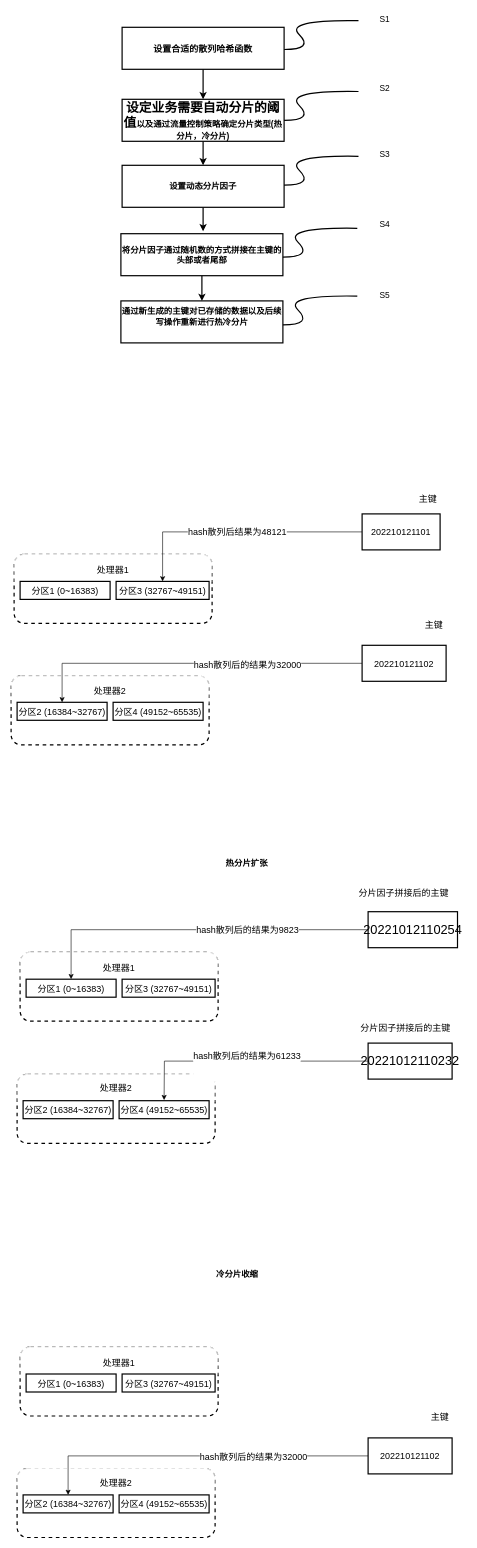
Earlier version of the draw.io diagram 壮丽.drawio (lingpengzhou/diagrams.io). Source tidied: cells renumbered, new cells numbered last; positions are measured from the earlier drawing's top-left corner, leaving out a move shared by most shapes. Both pictures are drawn from the tidied source at 60%, with x=0, y=0 at pixel (11, 10).
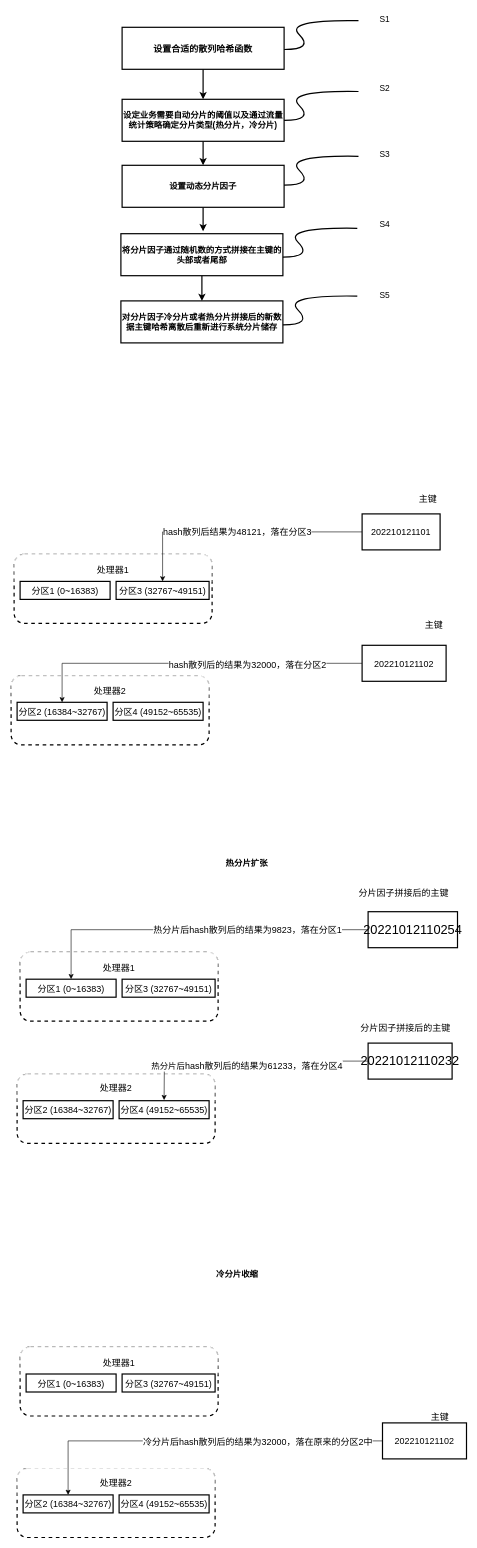
The same page after the edit.

The change refers to these unchanged cells:
```xml
<mxCell id="11" value="分区3 (32767~49151)" style="rounded=0;whiteSpace=wrap;html=1;strokeWidth=2;fontSize=15;" parent="1" vertex="1">
  <mxGeometry x="175" y="951.5" width="155" height="30" as="geometry" />
</mxCell>
<mxCell id="18" value="202210121101" style="rounded=0;whiteSpace=wrap;html=1;strokeWidth=2;fontSize=15;" parent="1" vertex="1">
  <mxGeometry x="585" y="839" width="130" height="60" as="geometry" />
</mxCell>
<mxCell id="20" style="edgeStyle=orthogonalEdgeStyle;rounded=0;jettySize=auto;html=1;fontSize=15;" parent="1" edge="1" source="22" target="13">
  <mxGeometry relative="1" as="geometry" />
</mxCell>
<mxCell id="32" style="edgeStyle=orthogonalEdgeStyle;rounded=0;jettySize=auto;html=1;entryX=0.5;entryY=0;entryDx=0;entryDy=0;fontSize=14;" parent="1" edge="1" source="34" target="24">
  <mxGeometry relative="1" as="geometry" />
</mxCell>
<mxCell id="37" value="&lt;span style=&quot;font-size:16.0pt;font-family:&lt;br/&gt;仿宋_GB2312;mso-hansi-font-family:&amp;quot;Times New Roman&amp;quot;;mso-bidi-font-family:仿宋_GB2312;&lt;br/&gt;mso-ansi-language:EN-US;mso-fareast-language:ZH-CN;mso-bidi-language:AR-SA&quot; lang=&quot;EN-US&quot;&gt;20221012110232&lt;/span&gt;" style="rounded=0;whiteSpace=wrap;html=1;strokeWidth=2;fontSize=15;" parent="1" vertex="1">
  <mxGeometry x="595" y="1721" width="140" height="60" as="geometry" />
</mxCell>
<mxCell id="50" style="edgeStyle=orthogonalEdgeStyle;rounded=0;jettySize=auto;html=1;fontSize=15;" parent="1" edge="1" source="52" target="46">
  <mxGeometry relative="1" as="geometry" />
</mxCell>
```

Diff of the diagram source:
```diff
@@
-    <mxCell id="5" value="&lt;span style=&quot;font-size:16.0pt;font-family:仿宋_GB2312;&lt;br/&gt;mso-hansi-font-family:&amp;quot;Times New Roman&amp;quot;;mso-bidi-font-family:仿宋_GB2312;&lt;br/&gt;mso-ansi-language:EN-US;mso-fareast-language:ZH-CN;mso-bidi-language:AR-SA&quot;&gt;设定业务需要自动分片的阈值&lt;/span&gt;以及通过流量控制策略确定分片类型&lt;span lang=&quot;EN-US&quot;&gt;(&lt;/span&gt;热分片，冷分片&lt;span lang=&quot;EN-US&quot;&gt;)&lt;/span&gt;" style="rounded=0;whiteSpace=wrap;html=1;fontStyle=1;labelBorderColor=none;fontSize=14;strokeWidth=2;" parent="1" vertex="1">
+    <mxCell id="5" value="&lt;span&gt;设定业务需要自动分片的阈值&lt;/span&gt;以及通过流量统计策略确定分片类型&lt;span lang=&quot;EN-US&quot;&gt;(&lt;/span&gt;热分片，冷分片&lt;span lang=&quot;EN-US&quot;&gt;)&lt;/span&gt;" style="rounded=0;whiteSpace=wrap;html=1;fontStyle=1;labelBorderColor=none;fontSize=14;strokeWidth=2;" parent="1" vertex="1">
       <mxGeometry x="185" y="148" width="270" height="70" as="geometry" />
     </mxCell>
@@
-    <mxCell id="17" value="hash散列后结果为48121" style="edgeStyle=orthogonalEdgeStyle;rounded=0;jettySize=auto;html=1;entryX=0.5;entryY=0;entryDx=0;entryDy=0;fontSize=15;" parent="1" edge="1" source="18" target="11">
+    <mxCell id="17" value="hash散列后结果为48121，落在分区3" style="edgeStyle=orthogonalEdgeStyle;rounded=0;jettySize=auto;html=1;entryX=0.5;entryY=0;entryDx=0;entryDy=0;fontSize=15;" parent="1" edge="1" source="18" target="11">
       <mxGeometry relative="1" as="geometry">
         <Array as="points">
           <mxPoint x="253" y="869" />
         </Array>
       </mxGeometry>
     </mxCell>
@@
-    <mxCell id="21" value="hash散列后的结果为32000" style="edgeLabel;html=1;align=center;verticalAlign=middle;fontSize=15;" parent="20" vertex="1">
+    <mxCell id="21" value="hash散列后的结果为32000，落在分区2" style="edgeLabel;html=1;align=center;verticalAlign=middle;fontSize=15;" parent="20" vertex="1">
       <mxGeometry x="-0.32" y="1" relative="1" as="geometry" />
     </mxCell>
@@
-    <mxCell id="33" value="&lt;span style=&quot;font-size: 15px;&quot;&gt;hash散列后的结果为9823&lt;/span&gt;" style="edgeLabel;html=1;align=center;verticalAlign=middle;fontSize=14;" parent="32" vertex="1">
+    <mxCell id="33" value="&lt;span style=&quot;font-size: 15px;&quot;&gt;热分片后hash散列后的结果为9823，落在分区1&lt;/span&gt;" style="edgeLabel;html=1;align=center;verticalAlign=middle;fontSize=14;" parent="32" vertex="1">
       <mxGeometry x="-0.3" y="-1" relative="1" as="geometry" />
     </mxCell>
@@
-    <mxCell id="36" value="&#10;&lt;span style=&quot;color: rgb(0, 0, 0); font-family: Helvetica; font-size: 15px; font-style: normal; font-variant-ligatures: normal; font-variant-caps: normal; font-weight: 400; letter-spacing: normal; orphans: 2; text-align: center; text-indent: 0px; text-transform: none; widows: 2; word-spacing: 0px; -webkit-text-stroke-width: 0px; background-color: rgb(255, 255, 255); text-decoration-thickness: initial; text-decoration-style: initial; text-decoration-color: initial; float: none; display: inline !important;&quot;&gt;hash散列后的结果为61233&lt;/span&gt;&#10;&#10;" style="edgeStyle=orthogonalEdgeStyle;rounded=0;jettySize=auto;html=1;fontSize=14;" parent="1" edge="1" source="37">
+    <mxCell id="36" value="&lt;br&gt;&lt;span style=&quot;color: rgb(0, 0, 0); font-family: Helvetica; font-size: 14px; font-style: normal; font-variant-ligatures: normal; font-variant-caps: normal; font-weight: 400; letter-spacing: normal; orphans: 2; text-align: center; text-indent: 0px; text-transform: none; widows: 2; word-spacing: 0px; -webkit-text-stroke-width: 0px; background-color: rgb(255, 255, 255); text-decoration-thickness: initial; text-decoration-style: initial; text-decoration-color: initial; float: none; display: inline !important;&quot;&gt;热分片后&lt;/span&gt;&lt;span style=&quot;color: rgb(0, 0, 0); font-family: Helvetica; font-style: normal; font-variant-ligatures: normal; font-variant-caps: normal; font-weight: 400; letter-spacing: normal; orphans: 2; text-align: center; text-indent: 0px; text-transform: none; widows: 2; word-spacing: 0px; -webkit-text-stroke-width: 0px; background-color: rgb(255, 255, 255); text-decoration-thickness: initial; text-decoration-style: initial; text-decoration-color: initial; font-size: 15px; float: none; display: inline !important;&quot;&gt;hash散列后的结果为61233，落在分区4&lt;/span&gt;&lt;br&gt;" style="edgeStyle=orthogonalEdgeStyle;rounded=0;jettySize=auto;html=1;fontSize=14;" parent="1" edge="1" source="37">
       <mxGeometry relative="1" as="geometry">
         <mxPoint x="255" y="1816" as="targetPoint" />
       </mxGeometry>
     </mxCell>
@@
-    <mxCell id="51" value="hash散列后的结果为32000" style="edgeLabel;html=1;align=center;verticalAlign=middle;fontSize=15;" parent="50" vertex="1">
+    <mxCell id="51" value="冷分片后hash散列后的结果为32000，落在原来的分区2中" style="edgeLabel;html=1;align=center;verticalAlign=middle;fontSize=15;" parent="50" vertex="1">
       <mxGeometry x="-0.32" y="1" relative="1" as="geometry" />
     </mxCell>
     <mxCell id="52" value="202210121102" style="rounded=0;whiteSpace=wrap;html=1;strokeWidth=2;fontSize=15;" parent="1" vertex="1">
-      <mxGeometry x="595" y="2379" width="140" height="60" as="geometry" />
+      <mxGeometry x="619" y="2354" width="140" height="60" as="geometry" />
     </mxCell>
@@
-    <mxCell id="57" value="&lt;font style=&quot;font-size: 14px;&quot;&gt;&lt;b&gt;&lt;br&gt;&lt;span&gt;通过新生成的主键对已存储的数据以及后续写操作重新进行热冷分片&lt;/span&gt;&lt;br&gt;&lt;br&gt;&lt;/b&gt;&lt;br&gt;&lt;/font&gt;" style="rounded=0;whiteSpace=wrap;html=1;strokeWidth=2;" parent="1" vertex="1">
+    <mxCell id="57" value="&lt;font style=&quot;font-size: 14px;&quot;&gt;&lt;span&gt;&lt;b&gt;对分片因子冷分片或者热分片拼接后的新数据主键哈希离散后重新进行系统分片储存&lt;/b&gt;&lt;/span&gt;&lt;br&gt;&lt;/font&gt;" style="rounded=0;whiteSpace=wrap;html=1;strokeWidth=2;" parent="1" vertex="1">
       <mxGeometry x="183" y="484" width="270" height="70" as="geometry" />
     </mxCell>
```
